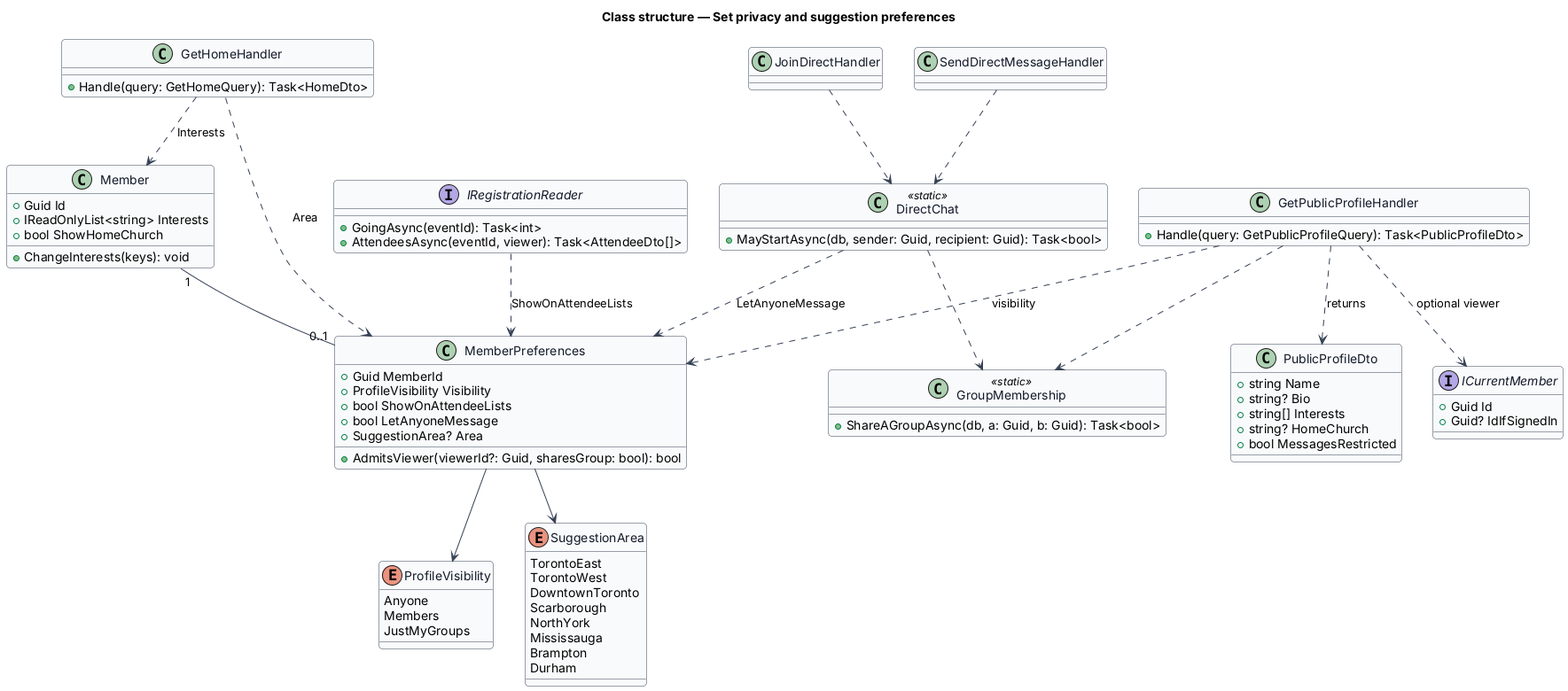
Before: docs/detailed-designs/preferences/set-privacy-and-suggestion-preferences/diagrams/class.png, a diagram exported from PlantUML (QuinntyneBrown/christian-fitness). Its source is kept beside it as docs/detailed-designs/preferences/set-privacy-and-suggestion-preferences/diagrams/class.puml. Its diagram source:
```plantuml
@startuml
skinparam backgroundColor #FFFFFF
skinparam shadowing false
skinparam roundcorner 8
skinparam defaultFontName Arial
skinparam ArrowColor #344054
skinparam class {
  BorderColor #344054
  FontColor #101828
  BackgroundColor #F9FAFB
}
title Class structure — Set privacy and suggestion preferences

enum ProfileVisibility {
  Anyone
  Members
  JustMyGroups
}
enum SuggestionArea {
  TorontoEast
  TorontoWest
  DowntownToronto
  Scarborough
  NorthYork
  Mississauga
  Brampton
  Durham
}
class MemberPreferences {
  +Guid MemberId
  +ProfileVisibility Visibility
  +bool ShowOnAttendeeLists
  +bool LetAnyoneMessage
  +SuggestionArea? Area
  +AdmitsViewer(viewerId?: Guid, sharesGroup: bool): bool
}
class Member {
  +Guid Id
  +IReadOnlyList<string> Interests
  +bool ShowHomeChurch
  +ChangeInterests(keys): void
}
class GroupMembership <<static>> {
  +ShareAGroupAsync(db, a: Guid, b: Guid): Task<bool>
}
class DirectChat <<static>> {
  +MayStartAsync(db, sender: Guid, recipient: Guid): Task<bool>
}
class GetPublicProfileHandler {
  +Handle(query: GetPublicProfileQuery): Task<PublicProfileDto>
}
class PublicProfileDto {
  +string Name
  +string? Bio
  +string[] Interests
  +string? HomeChurch
  +bool MessagesRestricted
}
class JoinDirectHandler
class SendDirectMessageHandler
interface IRegistrationReader {
  +GoingAsync(eventId): Task<int>
  +AttendeesAsync(eventId, viewer): Task<AttendeeDto[]>
}
class GetHomeHandler {
  +Handle(query: GetHomeQuery): Task<HomeDto>
}
interface ICurrentMember {
  +Guid Id
  +Guid? IdIfSignedIn
}
MemberPreferences --> ProfileVisibility
MemberPreferences --> SuggestionArea
Member "1" -- "0..1" MemberPreferences
GetPublicProfileHandler ..> MemberPreferences : visibility
GetPublicProfileHandler ..> GroupMembership
GetPublicProfileHandler ..> ICurrentMember : optional viewer
GetPublicProfileHandler ..> PublicProfileDto : returns
JoinDirectHandler ..> DirectChat
SendDirectMessageHandler ..> DirectChat
DirectChat ..> MemberPreferences : LetAnyoneMessage
DirectChat ..> GroupMembership
IRegistrationReader ..> MemberPreferences : ShowOnAttendeeLists
GetHomeHandler ..> MemberPreferences : Area
GetHomeHandler ..> Member : Interests
@enduml
```
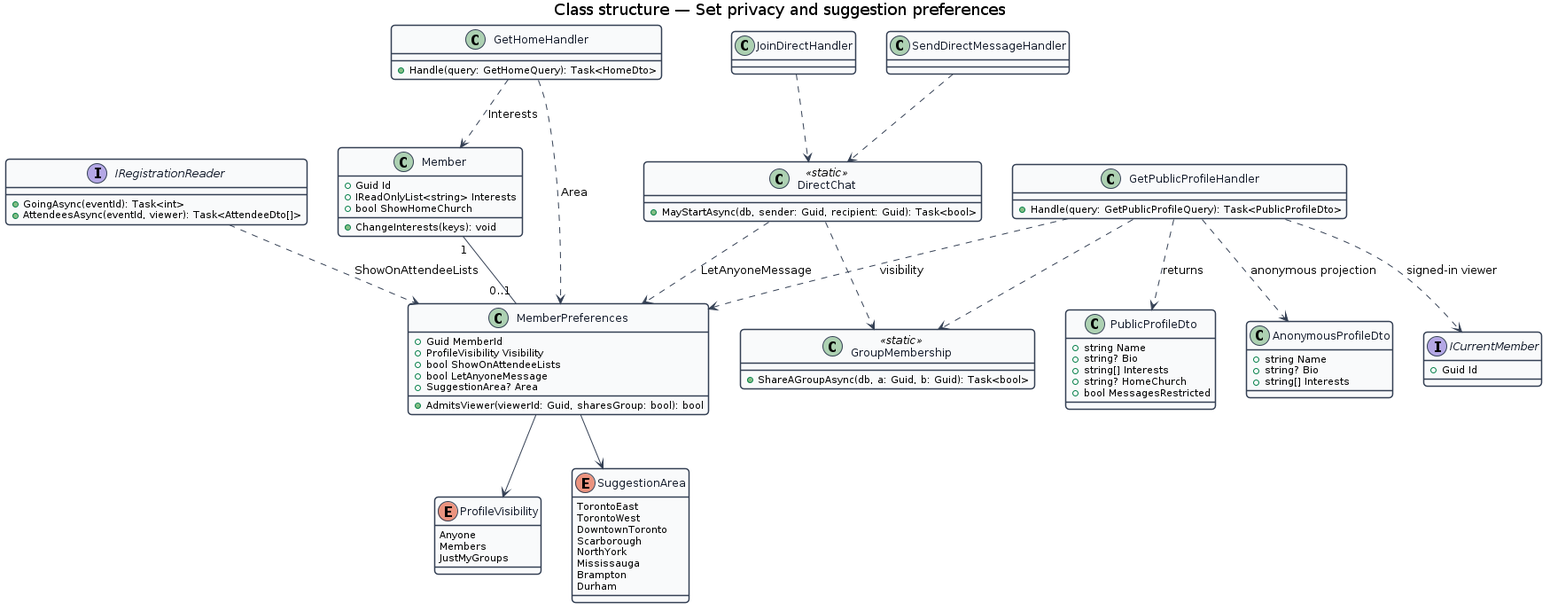
After the commit.

What changed in the source:
```diff
@@ -32,7 +32,7 @@
   +bool ShowOnAttendeeLists
   +bool LetAnyoneMessage
   +SuggestionArea? Area
-  +AdmitsViewer(viewerId?: Guid, sharesGroup: bool): bool
+  +AdmitsViewer(viewerId: Guid, sharesGroup: bool): bool
 }
 class Member {
   +Guid Id
@@ -56,6 +56,11 @@
   +string? HomeChurch
   +bool MessagesRestricted
 }
+class AnonymousProfileDto {
+  +string Name
+  +string? Bio
+  +string[] Interests
+}
 class JoinDirectHandler
 class SendDirectMessageHandler
 interface IRegistrationReader {
@@ -67,15 +72,15 @@
 }
 interface ICurrentMember {
   +Guid Id
-  +Guid? IdIfSignedIn
 }
 MemberPreferences --> ProfileVisibility
 MemberPreferences --> SuggestionArea
 Member "1" -- "0..1" MemberPreferences
 GetPublicProfileHandler ..> MemberPreferences : visibility
 GetPublicProfileHandler ..> GroupMembership
-GetPublicProfileHandler ..> ICurrentMember : optional viewer
+GetPublicProfileHandler ..> ICurrentMember : signed-in viewer
 GetPublicProfileHandler ..> PublicProfileDto : returns
+GetPublicProfileHandler ..> AnonymousProfileDto : anonymous projection
 JoinDirectHandler ..> DirectChat
 SendDirectMessageHandler ..> DirectChat
 DirectChat ..> MemberPreferences : LetAnyoneMessage
```
